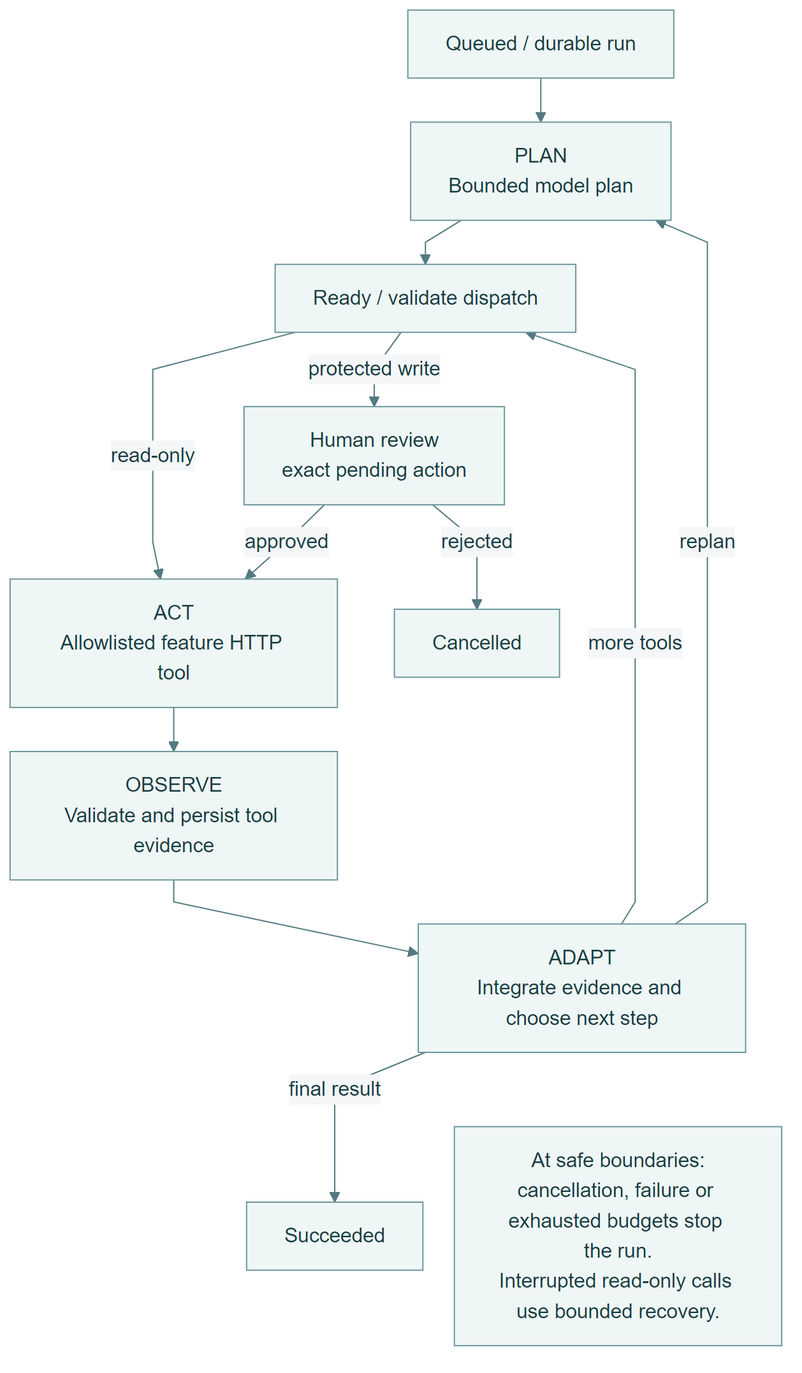
Above: docs/reports/assets/release-0/agent-loop.png in MattShelton04/41026ASDProject (Mermaid), before the change. Its source is kept beside it as docs/reports/diagrams/release-0/agent-loop.mmd.
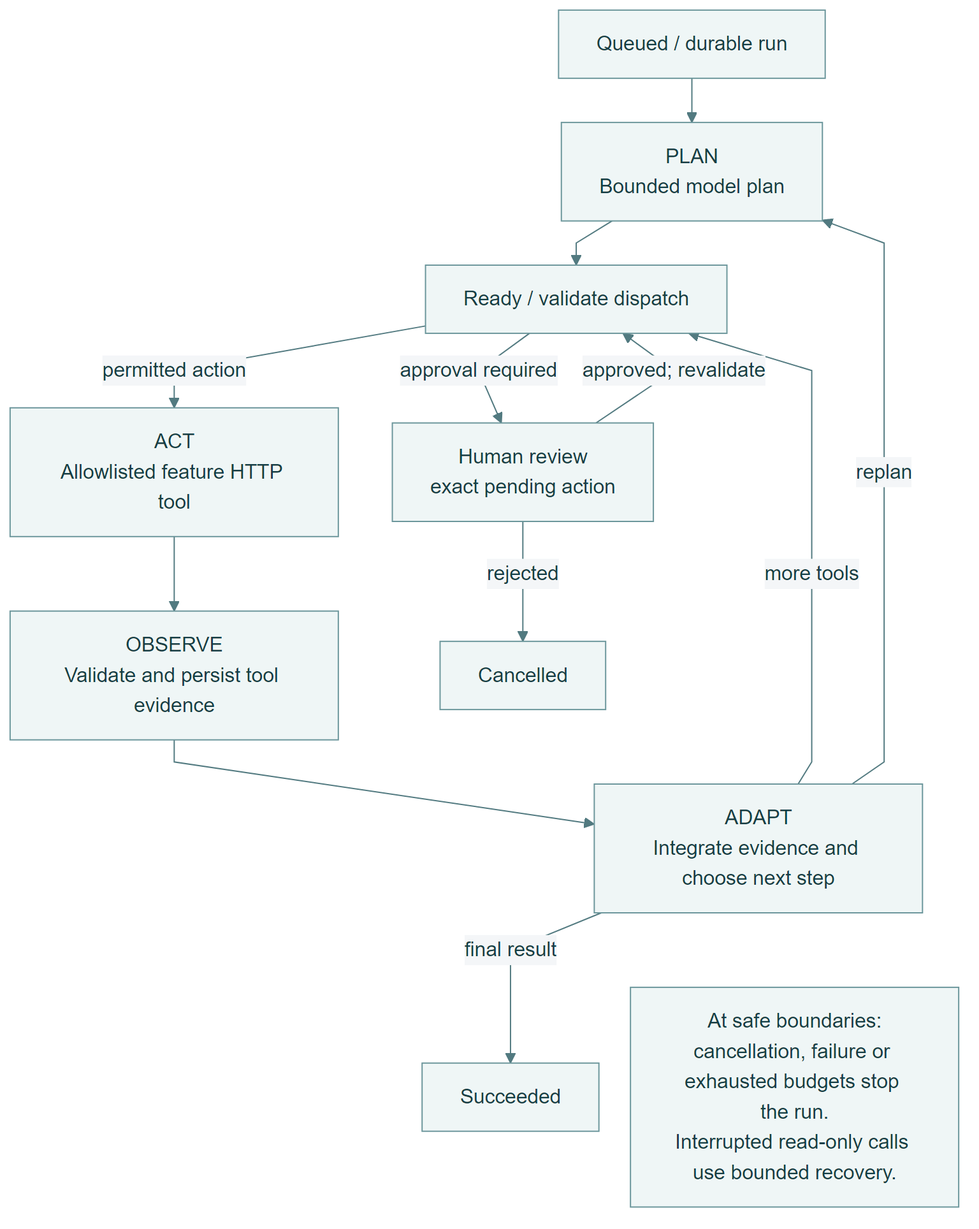
After the change.

Diff of the diagram source:
```diff
@@ -2,9 +2,9 @@
 flowchart TB
     queued["Queued / durable run"] --> plan["PLAN<br/>Bounded model plan"]
     plan --> ready["Ready / validate dispatch"]
-    ready -->|read-only| act["ACT<br/>Allowlisted feature HTTP tool"]
-    ready -->|protected write| review["Human review<br/>exact pending action"]
-    review -->|approved| act
+    ready -->|permitted action| act["ACT<br/>Allowlisted feature HTTP tool"]
+    ready -->|approval required| review["Human review<br/>exact pending action"]
+    review -->|approved; revalidate| ready
     act --> observe["OBSERVE<br/>Validate and persist tool evidence"]
     observe --> adapt["ADAPT<br/>Integrate evidence and choose next step"]
     adapt -->|more tools| ready
```
